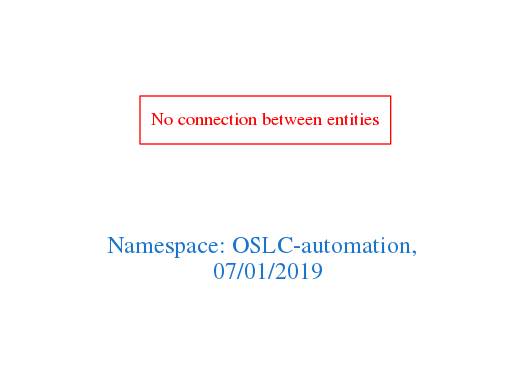
The Graphviz diagram downloads/OSLC-automation.png in arago/OGIT, before a commit. Its source is kept beside it as downloads/OSLC-automation.dot.
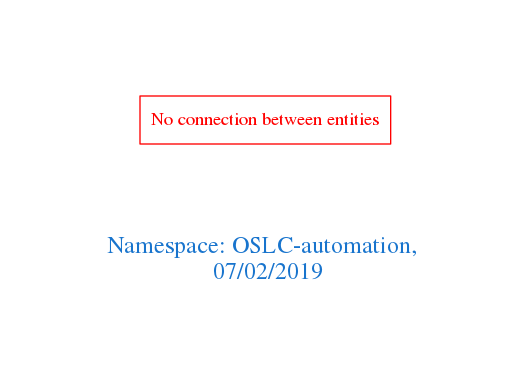
After the commit.

What changed in the source:
```diff
@@ -1,7 +1,7 @@
 digraph OGIT_ontology {
  graph [ rankdir= LR,pad=1
 fontsize = 18,
-fontcolor= dodgerblue3,label = "\n\n\nNamespace: OSLC-automation, \n 07/01/2019"];
+fontcolor= dodgerblue3,label = "\n\n\nNamespace: OSLC-automation, \n 07/02/2019"];
 node[shape=polygon];
 edge [  color="gray81"];
 
```
